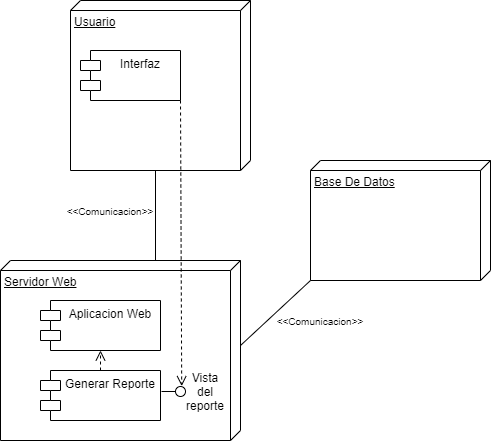
EduardoCollazoR/AnalisisAvanzDeSoft keeps this draw.io diagram as img/DiagramaDistribucion.drawio.png. Above is the earlier version. Source tidied: cells renumbered, new cells last; positions are measured from the earlier drawing's top-left corner, leaving out a move shared by most shapes.
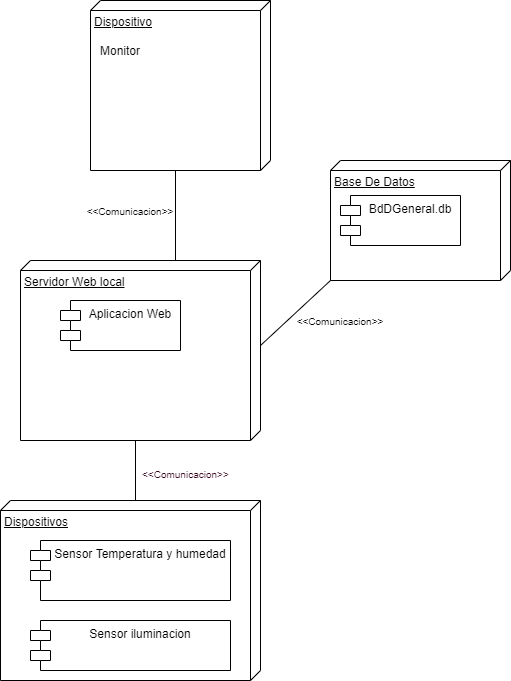
After the change.

Diff of the diagram source:
```diff
@@ -2,53 +2,50 @@
   <root>
     <mxCell id="0" />
     <mxCell id="1" parent="0" />
-    <mxCell id="2" value="Usuario" style="verticalAlign=top;align=left;spacingTop=8;spacingLeft=2;spacingRight=12;shape=cube;size=10;direction=south;fontStyle=4;html=1;" parent="1" vertex="1">
+    <mxCell id="2" value="Dispositivo" style="verticalAlign=top;align=left;spacingTop=8;spacingLeft=2;spacingRight=12;shape=cube;size=10;direction=south;fontStyle=4;html=1;" parent="1" vertex="1">
       <mxGeometry x="70" width="180" height="170" as="geometry" />
     </mxCell>
-    <mxCell id="3" value="Servidor Web" style="verticalAlign=top;align=left;spacingTop=8;spacingLeft=2;spacingRight=12;shape=cube;size=10;direction=south;fontStyle=4;html=1;" parent="1" vertex="1">
+    <mxCell id="3" value="Servidor Web local" style="verticalAlign=top;align=left;spacingTop=8;spacingLeft=2;spacingRight=12;shape=cube;size=10;direction=south;fontStyle=4;html=1;" parent="1" vertex="1">
       <mxGeometry y="260" width="240" height="180" as="geometry" />
     </mxCell>
     <mxCell id="4" value="Base De Datos" style="verticalAlign=top;align=left;spacingTop=8;spacingLeft=2;spacingRight=12;shape=cube;size=10;direction=south;fontStyle=4;html=1;" parent="1" vertex="1">
       <mxGeometry x="310" y="160" width="180" height="120" as="geometry" />
     </mxCell>
-    <mxCell id="5" value="Interfaz" style="shape=module;align=left;spacingLeft=20;align=center;verticalAlign=top;" parent="1" vertex="1">
-      <mxGeometry x="80" y="50" width="100" height="50" as="geometry" />
-    </mxCell>
-    <mxCell id="6" value="Generar Reporte" style="shape=module;align=left;spacingLeft=20;align=center;verticalAlign=top;" parent="1" vertex="1">
-      <mxGeometry x="40" y="370" width="120" height="50" as="geometry" />
-    </mxCell>
     <mxCell id="7" style="endArrow=none;html=1;entryX=0;entryY=0;entryDx=170;entryDy=95;entryPerimeter=0;exitX=0;exitY=0;exitDx=0;exitDy=85;exitPerimeter=0;" parent="1" edge="1" source="3" target="2">
       <mxGeometry relative="1" as="geometry" />
     </mxCell>
-    <mxCell id="8" style="rounded=0;orthogonalLoop=1;jettySize=auto;html=1;endArrow=none;endFill=0;" parent="1" edge="1">
-      <mxGeometry relative="1" as="geometry">
-        <mxPoint x="161" y="391" as="sourcePoint" />
-        <mxPoint x="176" y="391" as="targetPoint" />
-      </mxGeometry>
-    </mxCell>
-    <mxCell id="9" style="ellipse;whiteSpace=wrap;html=1;fontFamily=Helvetica;fontSize=12;fontColor=#000000;align=center;strokeColor=#000000;fillColor=#ffffff;points=[];" parent="1" vertex="1">
-      <mxGeometry x="175" y="386" width="10" height="10" as="geometry" />
-    </mxCell>
-    <mxCell id="10" style="html=1;verticalAlign=bottom;endArrow=open;dashed=1;endSize=8;exitX=1;exitY=1;exitDx=0;exitDy=0;entryX=0.62;entryY=-0.04;entryDx=0;entryDy=0;entryPerimeter=0;" parent="1" edge="1" source="5" target="9">
-      <mxGeometry relative="1" as="geometry" />
-    </mxCell>
     <mxCell id="11" value="&lt;font style=&quot;font-size: 10px&quot;&gt;&amp;lt;&amp;lt;Comunicacion&amp;gt;&amp;gt;&lt;/font&gt;" style="text;html=1;strokeColor=none;fillColor=none;align=center;verticalAlign=middle;whiteSpace=wrap;rounded=0;" parent="1" vertex="1">
       <mxGeometry x="90" y="200" width="40" height="20" as="geometry" />
     </mxCell>
     <mxCell id="12" value="Aplicacion Web" style="shape=module;align=left;spacingLeft=20;align=center;verticalAlign=top;" parent="1" vertex="1">
       <mxGeometry x="40" y="300" width="120" height="50" as="geometry" />
     </mxCell>
-    <mxCell id="13" style="html=1;verticalAlign=bottom;endArrow=open;dashed=1;endSize=8;exitX=0.5;exitY=0;exitDx=0;exitDy=0;entryX=0.5;entryY=1;entryDx=0;entryDy=0;" parent="1" edge="1" source="6" target="12">
-      <mxGeometry relative="1" as="geometry" />
-    </mxCell>
     <mxCell id="14" style="endArrow=none;html=1;entryX=1;entryY=1;entryDx=0;entryDy=0;entryPerimeter=0;exitX=0;exitY=0;exitDx=85;exitDy=0;exitPerimeter=0;" parent="1" edge="1" source="3" target="4">
       <mxGeometry relative="1" as="geometry" />
     </mxCell>
-    <mxCell id="15" value="&lt;font style=&quot;font-size: 10px&quot;&gt;&amp;lt;&amp;lt;Comunicacion&amp;gt;&amp;gt;&lt;/font&gt;" style="text;html=1;strokeColor=none;fillColor=none;align=center;verticalAlign=middle;whiteSpace=wrap;rounded=0;" parent="1" vertex="1">
+    <mxCell id="15" value="&lt;span style=&quot;font-size: 10px&quot;&gt;&amp;lt;&amp;lt;Comunicacion&amp;gt;&amp;gt;&lt;/span&gt;" style="text;html=1;strokeColor=none;fillColor=none;align=center;verticalAlign=middle;whiteSpace=wrap;rounded=0;" parent="1" vertex="1">
       <mxGeometry x="300" y="310" width="40" height="20" as="geometry" />
     </mxCell>
-    <mxCell id="16" value="Vista del reporte" style="text;html=1;strokeColor=none;fillColor=none;align=center;verticalAlign=middle;whiteSpace=wrap;rounded=0;" parent="1" vertex="1">
-      <mxGeometry x="185" y="381" width="40" height="20" as="geometry" />
+    <mxCell id="16" value="Monitor" style="text;html=1;strokeColor=none;fillColor=none;align=center;verticalAlign=middle;whiteSpace=wrap;rounded=0;" parent="1" vertex="1">
+      <mxGeometry x="80" y="40" width="40" height="20" as="geometry" />
     </mxCell>
+    <mxCell id="17" value="Dispositivos" style="verticalAlign=top;align=left;spacingTop=8;spacingLeft=2;spacingRight=12;shape=cube;size=10;direction=south;fontStyle=4;html=1;" parent="1" vertex="1">
+      <mxGeometry x="-20" y="500" width="260" height="180" as="geometry" />
+    </mxCell>
+    <mxCell id="18" value="Sensor Temperatura y humedad" style="shape=module;align=left;spacingLeft=20;align=center;verticalAlign=top;" parent="1" vertex="1">
+      <mxGeometry x="10" y="540" width="200" height="60" as="geometry" />
+    </mxCell>
+    <mxCell id="19" value="Sensor iluminacion" style="shape=module;align=left;spacingLeft=20;align=center;verticalAlign=top;" parent="1" vertex="1">
+      <mxGeometry x="10" y="620" width="200" height="50" as="geometry" />
+    </mxCell>
+    <mxCell id="20" style="endArrow=none;html=1;entryX=0;entryY=0;entryDx=180;entryDy=125;entryPerimeter=0;exitX=0;exitY=0;exitDx=0;exitDy=125;exitPerimeter=0;" parent="1" edge="1" source="17" target="3">
+      <mxGeometry relative="1" as="geometry" />
+    </mxCell>
+    <mxCell id="21" value="&lt;span style=&quot;font-family: &amp;#34;helvetica&amp;#34; ; font-size: 10px ; font-style: normal ; font-weight: 400 ; letter-spacing: normal ; text-align: center ; text-indent: 0px ; text-transform: none ; word-spacing: 0px ; display: inline ; float: none&quot;&gt;&lt;font color=&quot;#33001a&quot;&gt;&amp;lt;&amp;lt;Comunicacion&amp;gt;&amp;gt;&lt;/font&gt;&lt;/span&gt;" style="text;whiteSpace=wrap;html=1;" parent="1" vertex="1">
+      <mxGeometry x="120" y="460" width="110" height="30" as="geometry" />
+    </mxCell>
+    <mxCell id="22" value="BdDGeneral.db" style="shape=module;align=left;spacingLeft=20;align=center;verticalAlign=top;" parent="1" vertex="1">
+      <mxGeometry x="320" y="195" width="120" height="50" as="geometry" />
+    </mxCell>
   </root>
 </mxGraphModel>
```
